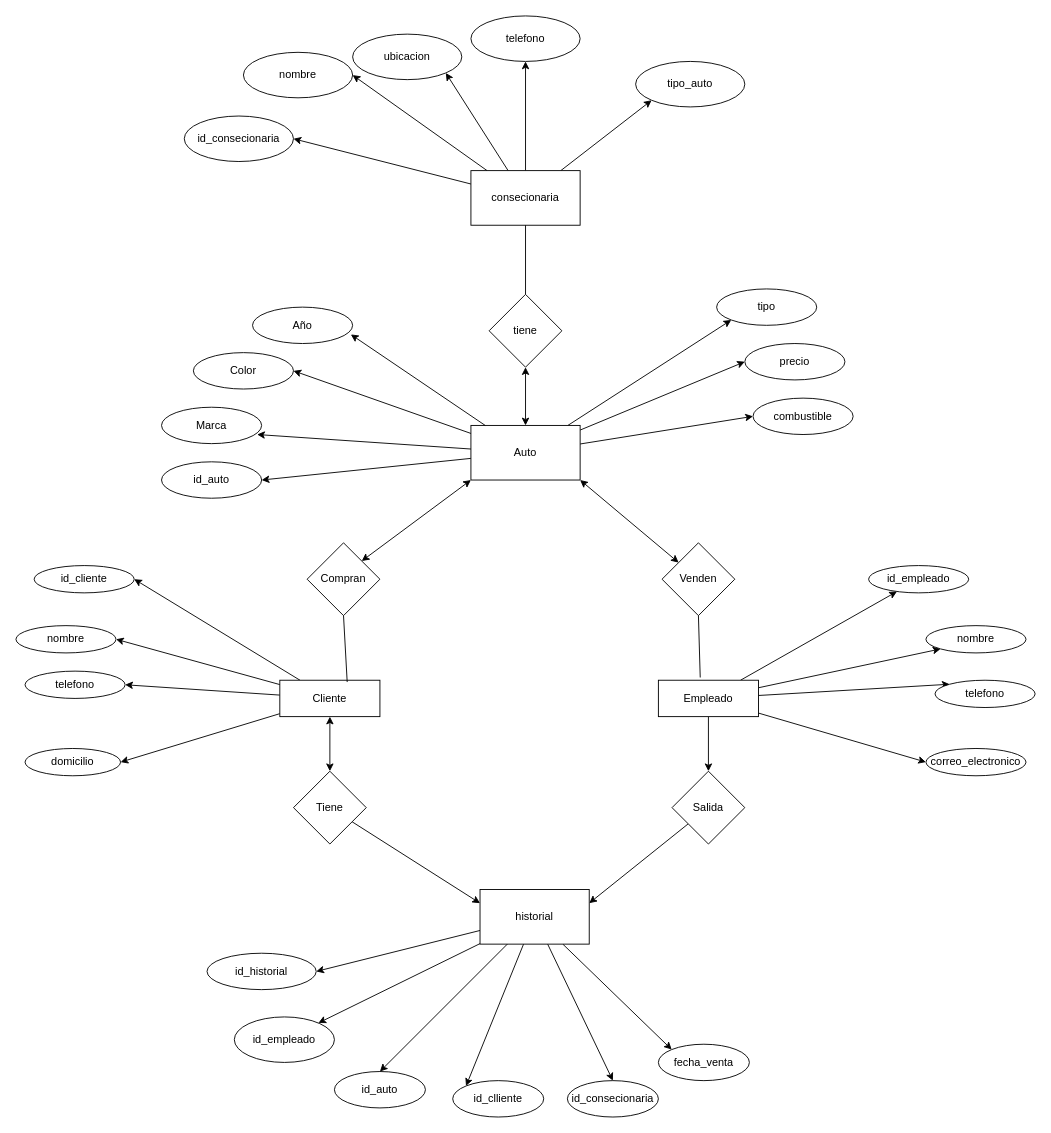
The draw.io diagram page "Página-1" (1 of 2) of diagrama/consencionaria.drawio in GerardoNR/fbd-gerardo-reyes, before the edit. Source tidied: cells renumbered, new cells numbered last; positions are measured from the earlier drawing's top-left corner, leaving out a move shared by most shapes. Both pictures are drawn from the tidied source at 91%, with x=0, y=0 at pixel (15, 15).
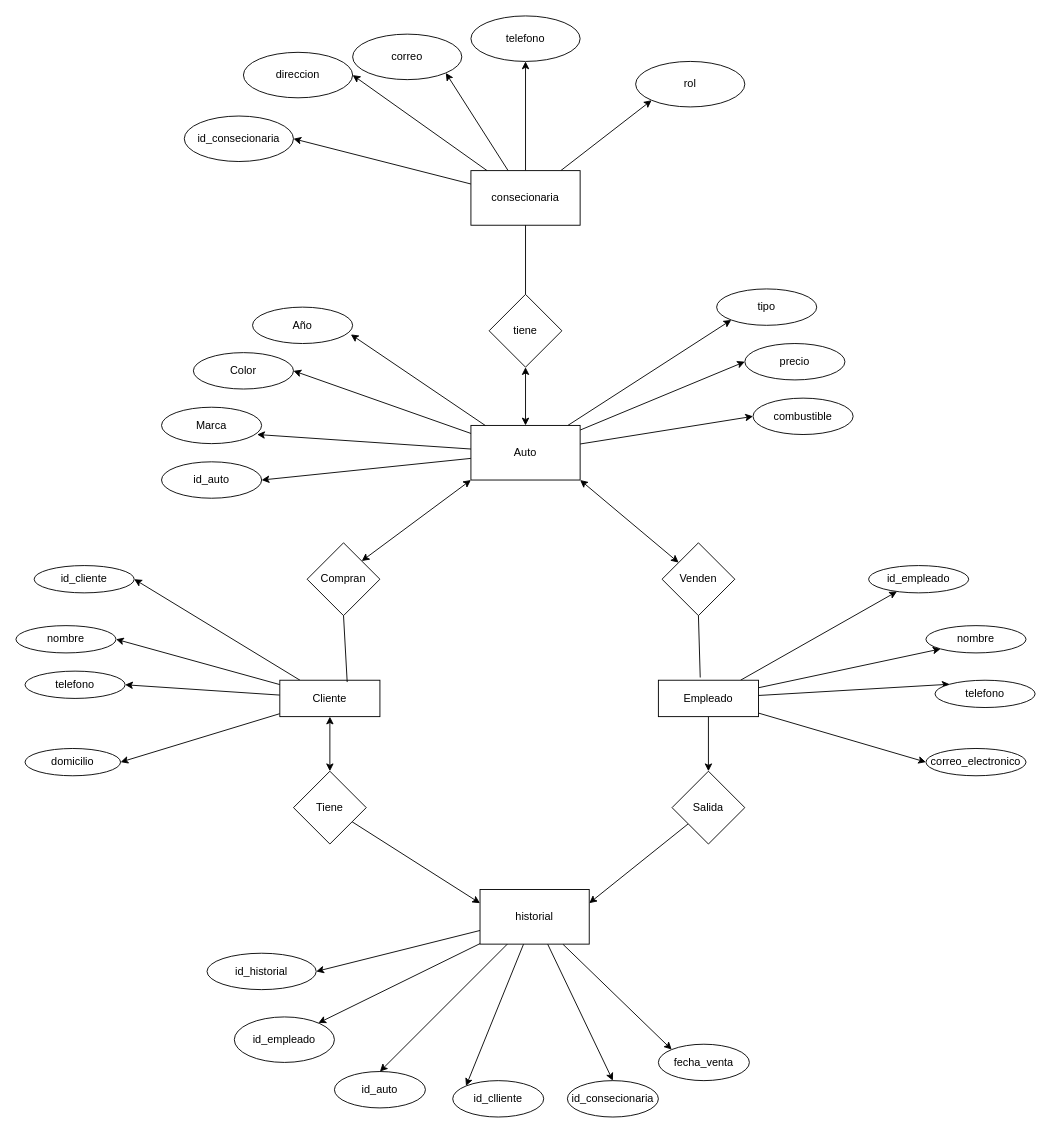
The same page after the edit.

Change to the diagram source:
```diff
@@
-    <mxCell id="69" value="nombre" style="ellipse;whiteSpace=wrap;html=1;" parent="1" vertex="1">
+    <mxCell id="69" value="direccion" style="ellipse;whiteSpace=wrap;html=1;" parent="1" vertex="1">
       <mxGeometry x="250" y="40" width="120" height="50" as="geometry" />
     </mxCell>
-    <mxCell id="70" value="ubicacion" style="ellipse;whiteSpace=wrap;html=1;" parent="1" vertex="1">
+    <mxCell id="70" value="correo" style="ellipse;whiteSpace=wrap;html=1;" parent="1" vertex="1">
       <mxGeometry x="370" y="20" width="120" height="50" as="geometry" />
     </mxCell>
@@
-    <mxCell id="72" value="tipo_auto" style="ellipse;whiteSpace=wrap;html=1;" parent="1" vertex="1">
+    <mxCell id="72" value="rol" style="ellipse;whiteSpace=wrap;html=1;" parent="1" vertex="1">
       <mxGeometry x="681" y="50" width="120" height="50" as="geometry" />
     </mxCell>
```
